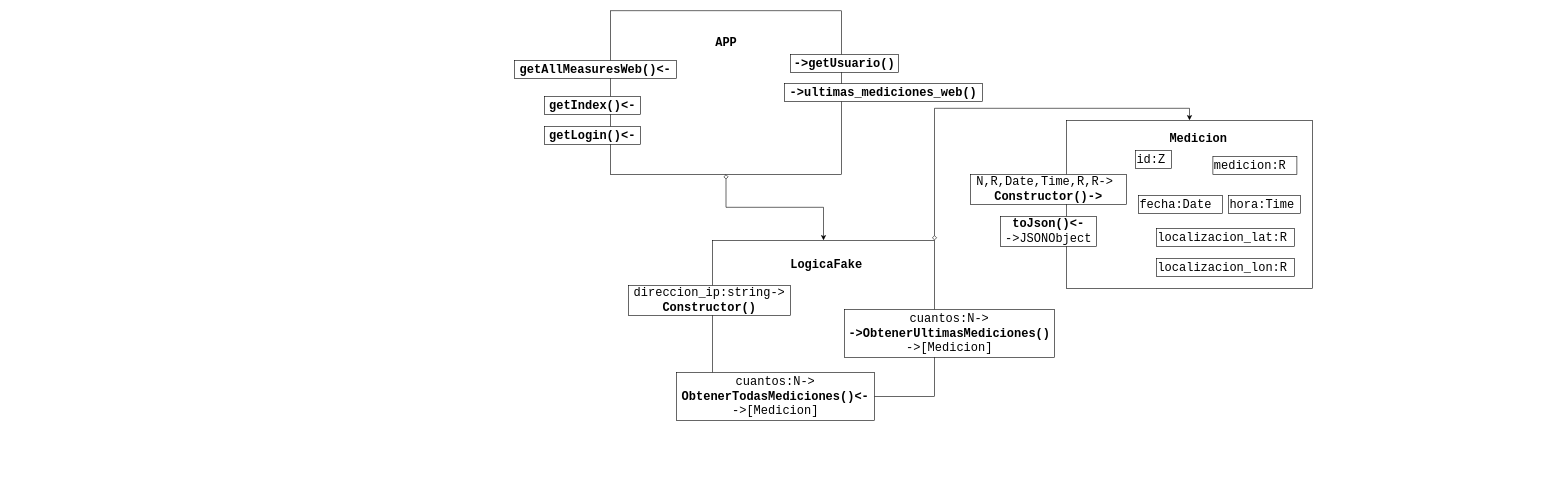
This is page "General" (1 of 5) of doc/Diseño/webFlask.drawio from 3-GTI-ProyectoMedioAmbiente/WebAngleCorp, a draw.io file, before an edit. Source tidied: cells renumbered, new cells numbered last; positions are measured from the earlier drawing's top-left corner, leaving out a move shared by most shapes. Both pictures are drawn from the tidied source at 60%, with x=0, y=0 at pixel (514, 11).
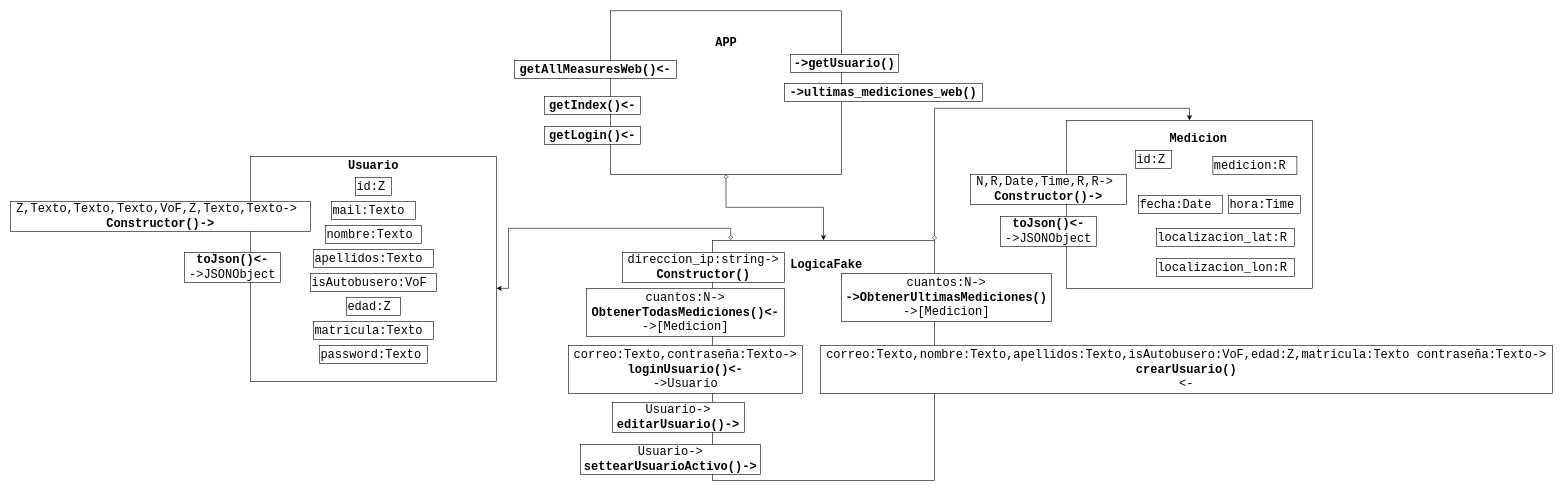
The same page after the edit.

What changed in the source:
```diff
@@
     <mxCell id="13" style="rounded=0;whiteSpace=wrap;html=1;" parent="1" vertex="1">
-      <mxGeometry x="330" y="382" width="370" height="260" as="geometry" />
+      <mxGeometry x="330" y="382" width="370" height="400" as="geometry" />
     </mxCell>
@@
     <mxCell id="15" value="cuantos:N-&amp;gt;&lt;br&gt;&lt;b&gt;ObtenerTodasMediciones()&amp;lt;-&lt;/b&gt;&lt;br&gt;-&amp;gt;[Medicion]" style="rounded=0;whiteSpace=wrap;html=1;fontFamily=Courier New;fontSize=20;align=center;fontStyle=0;" parent="1" vertex="1">
-      <mxGeometry x="270" y="602" width="330" height="80" as="geometry" />
+      <mxGeometry x="120" y="462" width="330" height="80" as="geometry" />
     </mxCell>
     <mxCell id="16" value="cuantos:N-&amp;gt;&lt;br&gt;&lt;b&gt;-&amp;gt;ObtenerUltimasMediciones()&lt;/b&gt;&lt;br&gt;-&amp;gt;[Medicion]" style="rounded=0;whiteSpace=wrap;html=1;fontFamily=Courier New;fontSize=20;align=center;fontStyle=0;" parent="1" vertex="1">
-      <mxGeometry x="550" y="497" width="350" height="80" as="geometry" />
+      <mxGeometry x="545" y="437" width="350" height="80" as="geometry" />
     </mxCell>
     <mxCell id="17" value="direccion_ip:string-&amp;gt;&lt;br&gt;&lt;b&gt;Constructor()&lt;/b&gt;" style="rounded=0;whiteSpace=wrap;html=1;fontFamily=Courier New;fontSize=20;align=center;fontStyle=0;" parent="1" vertex="1">
-      <mxGeometry x="190" y="457" width="270" height="50" as="geometry" />
+      <mxGeometry x="180" y="402" width="270" height="50" as="geometry" />
     </mxCell>
@@
+    <mxCell id="26" style="rounded=0;whiteSpace=wrap;html=1;" parent="1" vertex="1">
+      <mxGeometry x="-440" y="242" width="410" height="375" as="geometry" />
+    </mxCell>
+    <mxCell id="27" value="Usuario" style="text;html=1;strokeColor=none;fillColor=none;align=center;verticalAlign=middle;whiteSpace=wrap;rounded=0;fontStyle=1;fontFamily=Courier New;fontSize=20;" parent="1" vertex="1">
+      <mxGeometry x="-315" y="247" width="160" height="20" as="geometry" />
+    </mxCell>
+    <mxCell id="28" value="mail:Texto" style="rounded=0;whiteSpace=wrap;html=1;fontFamily=Courier New;fontSize=20;align=left;fontStyle=0;" parent="1" vertex="1">
+      <mxGeometry x="-305" y="317" width="140" height="30" as="geometry" />
+    </mxCell>
+    <mxCell id="29" value="id:Z" style="rounded=0;whiteSpace=wrap;html=1;fontFamily=Courier New;fontSize=20;align=left;fontStyle=0;" parent="1" vertex="1">
+      <mxGeometry x="-265" y="277" width="60" height="30" as="geometry" />
+    </mxCell>
+    <mxCell id="30" value="nombre:Texto" style="rounded=0;whiteSpace=wrap;html=1;fontFamily=Courier New;fontSize=20;align=left;fontStyle=0;" parent="1" vertex="1">
+      <mxGeometry x="-315" y="357" width="160" height="30" as="geometry" />
+    </mxCell>
+    <mxCell id="31" value="apellidos:Texto" style="rounded=0;whiteSpace=wrap;html=1;fontFamily=Courier New;fontSize=20;align=left;fontStyle=0;" parent="1" vertex="1">
+      <mxGeometry x="-335" y="397" width="200" height="30" as="geometry" />
+    </mxCell>
+    <mxCell id="32" value="isAutobusero:VoF" style="rounded=0;whiteSpace=wrap;html=1;fontFamily=Courier New;fontSize=20;align=left;fontStyle=0;" parent="1" vertex="1">
+      <mxGeometry x="-340" y="437" width="210" height="30" as="geometry" />
+    </mxCell>
+    <mxCell id="33" value="edad:Z" style="rounded=0;whiteSpace=wrap;html=1;fontFamily=Courier New;fontSize=20;align=left;fontStyle=0;" parent="1" vertex="1">
+      <mxGeometry x="-280" y="477" width="90" height="30" as="geometry" />
+    </mxCell>
+    <mxCell id="34" value="Z,Texto,Texto,Texto,VoF,Z,Texto,Texto-&amp;gt;&amp;nbsp;&lt;br&gt;&lt;b&gt;Constructor()-&amp;gt;&lt;/b&gt;" style="rounded=0;whiteSpace=wrap;html=1;fontFamily=Courier New;fontSize=20;align=center;fontStyle=0;" parent="1" vertex="1">
+      <mxGeometry x="-840" y="317" width="500" height="50" as="geometry" />
+    </mxCell>
+    <mxCell id="35" value="&lt;b&gt;toJson()&amp;lt;-&lt;/b&gt;&lt;br&gt;-&amp;gt;JSONObject" style="rounded=0;whiteSpace=wrap;html=1;fontFamily=Courier New;fontSize=20;align=center;fontStyle=0;" parent="1" vertex="1">
+      <mxGeometry x="-550" y="402" width="160" height="50" as="geometry" />
+    </mxCell>
+    <mxCell id="36" value="matricula:Texto" style="rounded=0;whiteSpace=wrap;html=1;fontFamily=Courier New;fontSize=20;align=left;fontStyle=0;" parent="1" vertex="1">
+      <mxGeometry x="-335" y="517" width="200" height="30" as="geometry" />
+    </mxCell>
+    <mxCell id="37" value="password:Texto" style="rounded=0;whiteSpace=wrap;html=1;fontFamily=Courier New;fontSize=20;align=left;fontStyle=0;" parent="1" vertex="1">
+      <mxGeometry x="-325" y="557" width="180" height="30" as="geometry" />
+    </mxCell>
+    <mxCell id="38" style="edgeStyle=orthogonalEdgeStyle;rounded=0;jettySize=auto;html=1;exitX=0.082;exitY=-0.002;exitDx=0;exitDy=0;entryX=1;entryY=0.587;entryDx=0;entryDy=0;startArrow=diamond;startFill=0;entryPerimeter=0;exitPerimeter=0;" parent="1" edge="1" source="13" target="26">
+      <mxGeometry relative="1" as="geometry">
+        <Array as="points">
+          <mxPoint x="360" y="362" />
+          <mxPoint x="-10" y="362" />
+          <mxPoint x="-10" y="462" />
+        </Array>
+      </mxGeometry>
+    </mxCell>
+    <mxCell id="39" value="correo:Texto,contraseña:Texto-&amp;gt;&lt;br&gt;&lt;b&gt;loginUsuario()&amp;lt;-&lt;/b&gt;&lt;br&gt;-&amp;gt;Usuario" style="rounded=0;whiteSpace=wrap;html=1;fontFamily=Courier New;fontSize=20;align=center;fontStyle=0;" parent="1" vertex="1">
+      <mxGeometry x="90" y="557" width="390" height="80" as="geometry" />
+    </mxCell>
+    <mxCell id="40" value="correo:Texto,nombre:Texto,apellidos:Texto,isAutobusero:VoF,edad:Z,matricula:Texto contraseña:Texto-&amp;gt;&lt;br&gt;&lt;b&gt;crearUsuario()&lt;br&gt;&lt;/b&gt;&amp;lt;-" style="rounded=0;whiteSpace=wrap;html=1;fontFamily=Courier New;fontSize=20;align=center;fontStyle=0;" parent="1" vertex="1">
+      <mxGeometry x="510" y="557" width="1220" height="80" as="geometry" />
+    </mxCell>
+    <mxCell id="41" value="Usuario-&amp;gt;&lt;br&gt;&lt;b&gt;editarUsuario()-&amp;gt;&lt;/b&gt;&lt;br&gt;" style="rounded=0;whiteSpace=wrap;html=1;fontFamily=Courier New;fontSize=20;align=center;fontStyle=0;" parent="1" vertex="1">
+      <mxGeometry x="163" y="652" width="220" height="50" as="geometry" />
+    </mxCell>
+    <mxCell id="42" value="Usuario-&amp;gt;&lt;br&gt;&lt;b&gt;settearUsuarioActivo()-&amp;gt;&lt;/b&gt;" style="rounded=0;whiteSpace=wrap;html=1;fontFamily=Courier New;fontSize=20;align=center;fontStyle=0;" parent="1" vertex="1">
+      <mxGeometry x="110" y="722" width="300" height="50" as="geometry" />
+    </mxCell>
```
